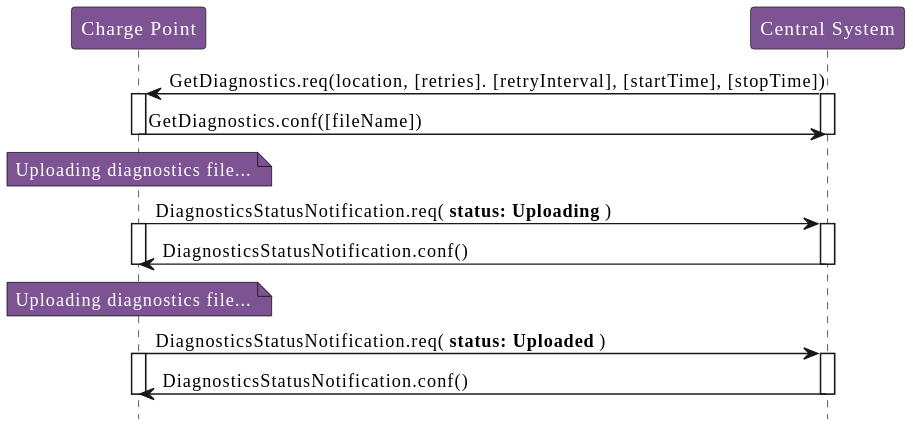
Above: OCPP_1.6/images/figure_30.svg in phoi5675/ocpp-markdown (PlantUML), before the change. Source of this version:
```plantuml
@startuml
!include style.puml

participant "Charge Point" as ChargePoint
participant "Central System" as CentralSystem

CentralSystem -> ChargePoint : GetDiagnostics.req(location, [retries]. [retryInterval], [startTime], [stopTime])

activate ChargePoint
activate CentralSystem

ChargePoint -> CentralSystem : GetDiagnostics.conf([fileName])

deactivate CentralSystem
deactivate ChargePoint

note over ChargePoint
  Uploading diagnostics file...
end note

ChargePoint -> CentralSystem : DiagnosticsStatusNotification.req( **status: Uploading** )

activate ChargePoint
activate CentralSystem

CentralSystem -> ChargePoint : DiagnosticsStatusNotification.conf()

deactivate CentralSystem
deactivate ChargePoint

note over ChargePoint
  Uploading diagnostics file...
end note

ChargePoint -> CentralSystem : DiagnosticsStatusNotification.req( **status: Uploaded** )

activate ChargePoint
activate CentralSystem

CentralSystem -> ChargePoint : DiagnosticsStatusNotification.conf()

deactivate CentralSystem
deactivate ChargePoint
@enduml
```
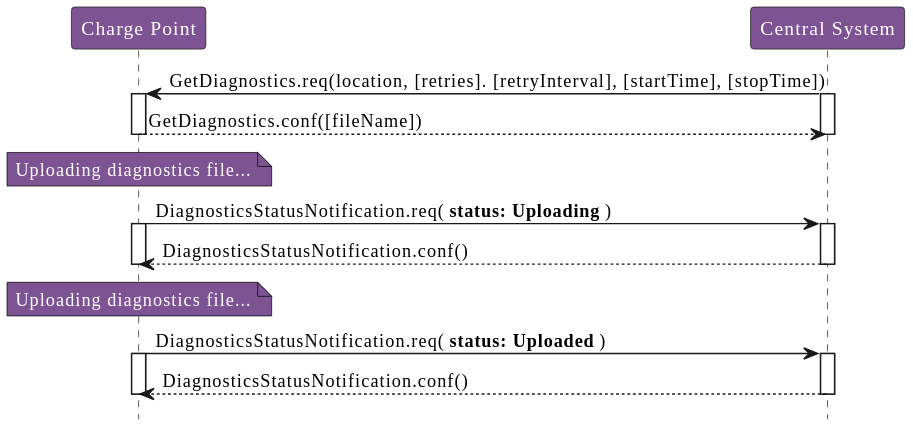
Later version of the same file.

What changed in the source:
```diff
@@ -5,12 +5,10 @@
 participant "Central System" as CentralSystem
 
 CentralSystem -> ChargePoint : GetDiagnostics.req(location, [retries]. [retryInterval], [startTime], [stopTime])
-
 activate ChargePoint
 activate CentralSystem
 
-ChargePoint -> CentralSystem : GetDiagnostics.conf([fileName])
-
+ChargePoint --> CentralSystem : GetDiagnostics.conf([fileName])
 deactivate CentralSystem
 deactivate ChargePoint
 
@@ -19,12 +17,10 @@
 end note
 
 ChargePoint -> CentralSystem : DiagnosticsStatusNotification.req( **status: Uploading** )
-
 activate ChargePoint
 activate CentralSystem
 
-CentralSystem -> ChargePoint : DiagnosticsStatusNotification.conf()
-
+CentralSystem --> ChargePoint : DiagnosticsStatusNotification.conf()
 deactivate CentralSystem
 deactivate ChargePoint
 
@@ -33,12 +29,10 @@
 end note
 
 ChargePoint -> CentralSystem : DiagnosticsStatusNotification.req( **status: Uploaded** )
-
 activate ChargePoint
 activate CentralSystem
 
-CentralSystem -> ChargePoint : DiagnosticsStatusNotification.conf()
-
+CentralSystem --> ChargePoint : DiagnosticsStatusNotification.conf()
 deactivate CentralSystem
 deactivate ChargePoint
 @enduml
```
